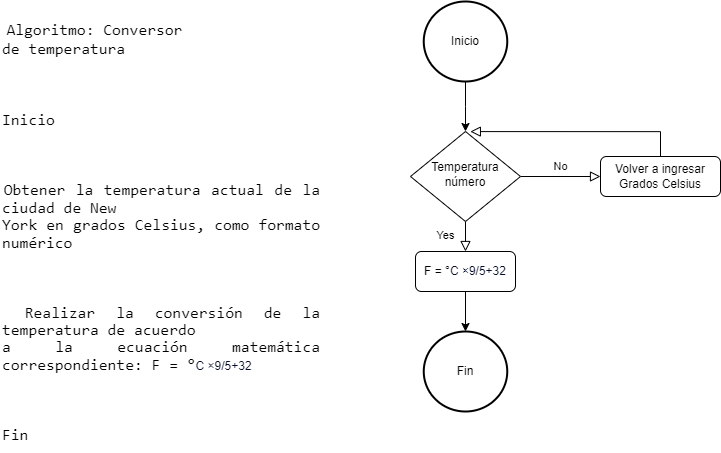
Earlier version of the draw.io export DF_CelsiusFarenheit.drawio.png (BROC95/ADSO). Source tidied: cells renumbered, new cells last; positions are measured from the earlier drawing's top-left corner, leaving out a move shared by most shapes.
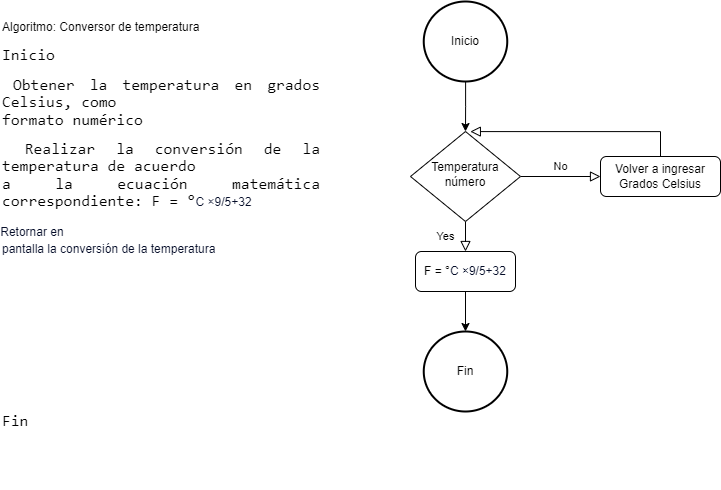
Later version of the same file.

Diff of the diagram source:
```diff
@@ -17,7 +17,7 @@
     <mxCell id="6" value="F = °&lt;span style=&quot;font-size:&lt;br/&gt;11.0pt;line-height:107%;font-family:&amp;quot;Arial&amp;quot;,sans-serif;mso-fareast-font-family:&lt;br/&gt;Calibri;mso-fareast-theme-font:minor-latin;color:#040C28;mso-ansi-language:&lt;br/&gt;ES-CO;mso-fareast-language:EN-US;mso-bidi-language:AR-SA&quot; lang=&quot;ES-CO&quot;&gt;C ×9/5+32&lt;/span&gt;" style="rounded=1;whiteSpace=wrap;html=1;fontSize=12;glass=0;strokeWidth=1;shadow=0;" parent="1" vertex="1">
       <mxGeometry x="415" y="250" width="100" height="40" as="geometry" />
     </mxCell>
-    <mxCell id="7" value="&lt;p class=&quot;MsoNormal&quot; style=&quot;text-align:justify&quot;&gt;&lt;span style=&quot;font-size:12.0pt;&#10;line-height:107%;font-family:&amp;quot;Arial&amp;quot;,sans-serif&quot;&gt;&lt;span style=&quot;mso-spacerun:yes&quot;&gt;&amp;nbsp;&lt;/span&gt;&lt;/span&gt;&lt;span lang=&quot;ES-CO&quot; style=&quot;font-size:12.0pt;&#10;line-height:107%;font-family:Consolas;mso-bidi-font-family:Arial&quot;&gt;Algoritmo: Conversor&#10;de temperatura&lt;/span&gt;&lt;/p&gt;&#10;&#10;&lt;p class=&quot;MsoNormal&quot; style=&quot;text-align:justify&quot;&gt;&lt;span lang=&quot;ES-CO&quot; style=&quot;font-size:12.0pt;line-height:107%;font-family:Consolas;mso-bidi-font-family:&#10;Arial&quot;&gt;Inicio&lt;/span&gt;&lt;/p&gt;&#10;&#10;&lt;p class=&quot;MsoListParagraphCxSpFirst&quot; style=&quot;text-align:justify;text-indent:-18.0pt;&#10;mso-list:l0 level1 lfo1&quot;&gt;&lt;span lang=&quot;ES-CO&quot; style=&quot;font-size:12.0pt;line-height:107%;font-family:Consolas;mso-fareast-font-family:&#10;Consolas;mso-bidi-font-family:Consolas&quot;&gt;&lt;span style=&quot;mso-list:Ignore&quot;&gt;1.&lt;span style=&quot;font:7.0pt &amp;quot;Times New Roman&amp;quot;&quot;&gt;&amp;nbsp; &lt;/span&gt;&lt;/span&gt;&lt;/span&gt;&lt;span lang=&quot;ES-CO&quot; style=&quot;font-size:12.0pt;line-height:107%;font-family:Consolas;&#10;mso-bidi-font-family:Arial&quot;&gt;Obtener la temperatura actual de la ciudad de New&#10;York en grados Celsius, como formato numérico&lt;/span&gt;&lt;/p&gt;&#10;&#10;&lt;p class=&quot;MsoListParagraphCxSpLast&quot; style=&quot;text-align:justify;text-indent:-18.0pt;&#10;mso-list:l0 level1 lfo1&quot;&gt;&lt;span lang=&quot;ES-CO&quot; style=&quot;font-size:12.0pt;line-height:107%;font-family:Consolas;mso-fareast-font-family:&#10;Consolas;mso-bidi-font-family:Consolas&quot;&gt;&lt;span style=&quot;mso-list:Ignore&quot;&gt;2.&lt;span style=&quot;font:7.0pt &amp;quot;Times New Roman&amp;quot;&quot;&gt;&amp;nbsp; &lt;/span&gt;&lt;/span&gt;&lt;/span&gt;&lt;span lang=&quot;ES-CO&quot; style=&quot;font-size:12.0pt;line-height:107%;font-family:Consolas;&#10;mso-bidi-font-family:Arial&quot;&gt;Realizar la conversión de la temperatura de acuerdo&#10;a la ecuación matemática correspondiente: F = °&lt;/span&gt;&lt;span lang=&quot;ES-CO&quot; style=&quot;font-family:&amp;quot;Arial&amp;quot;,sans-serif;color:#040C28&quot;&gt;C ×9/5+32&lt;/span&gt;&lt;span lang=&quot;ES-CO&quot; style=&quot;font-size:12.0pt;line-height:107%;font-family:Consolas;&#10;mso-bidi-font-family:Arial&quot;&gt;&lt;/span&gt;&lt;/p&gt;&#10;&#10;&lt;p class=&quot;MsoNormal&quot; style=&quot;text-align:justify&quot;&gt;&lt;span lang=&quot;ES-CO&quot; style=&quot;font-size:12.0pt;line-height:107%;font-family:Consolas;mso-bidi-font-family:&#10;Arial&quot;&gt;Fin&lt;/span&gt;&lt;/p&gt;" style="text;whiteSpace=wrap;html=1;" parent="1" vertex="1">
+    <mxCell id="7" value="&lt;p style=&quot;text-align:justify&quot; class=&quot;MsoNormal&quot;&gt;Algoritmo: Conversor de temperatura&lt;/p&gt;&lt;p style=&quot;text-align:justify&quot; class=&quot;MsoNormal&quot;&gt;&lt;span style=&quot;font-size:12.0pt;line-height:107%;font-family:Consolas;mso-bidi-font-family:&lt;br/&gt;Arial&quot; lang=&quot;ES-CO&quot;&gt;Inicio&lt;/span&gt;&lt;/p&gt;&lt;p style=&quot;text-align:justify;text-indent:-18.0pt;&lt;br/&gt;mso-list:l0 level1 lfo1&quot; class=&quot;MsoListParagraphCxSpFirst&quot;&gt;&lt;span style=&quot;font-size:12.0pt;line-height:107%;font-family:Consolas;mso-fareast-font-family:&lt;br/&gt;Consolas;mso-bidi-font-family:Consolas&quot; lang=&quot;ES-CO&quot;&gt;1.&lt;span style=&quot;font-variant-numeric: normal; font-variant-east-asian: normal; font-variant-alternates: normal; font-kerning: auto; font-optical-sizing: auto; font-feature-settings: normal; font-variation-settings: normal; font-variant-position: normal; font-stretch: normal; font-size: 7pt; line-height: normal; font-family: &amp;quot;Times New Roman&amp;quot;;&quot;&gt;&amp;nbsp; &lt;/span&gt;&lt;/span&gt;&lt;span style=&quot;font-size:12.0pt;line-height:107%;font-family:Consolas;&lt;br/&gt;mso-bidi-font-family:Arial&quot; lang=&quot;ES-CO&quot;&gt;Obtener la temperatura en grados Celsius, como&lt;br/&gt;formato numérico&lt;/span&gt;&lt;/p&gt;&lt;p style=&quot;text-align:justify;text-indent:-18.0pt;&lt;br/&gt;mso-list:l0 level1 lfo1&quot; class=&quot;MsoListParagraphCxSpMiddle&quot;&gt;&lt;span style=&quot;font-size:12.0pt;line-height:107%;font-family:Consolas;mso-fareast-font-family:&lt;br/&gt;Consolas;mso-bidi-font-family:Consolas&quot; lang=&quot;ES-CO&quot;&gt;2.&lt;span style=&quot;font-variant-numeric: normal; font-variant-east-asian: normal; font-variant-alternates: normal; font-kerning: auto; font-optical-sizing: auto; font-feature-settings: normal; font-variation-settings: normal; font-variant-position: normal; font-stretch: normal; font-size: 7pt; line-height: normal; font-family: &amp;quot;Times New Roman&amp;quot;;&quot;&gt;&amp;nbsp; &lt;/span&gt;&lt;/span&gt;&lt;span style=&quot;font-size:12.0pt;line-height:107%;font-family:Consolas;&lt;br/&gt;mso-bidi-font-family:Arial&quot; lang=&quot;ES-CO&quot;&gt;Realizar la conversión de la temperatura de acuerdo&lt;br/&gt;a la ecuación matemática correspondiente: F = °&lt;/span&gt;&lt;span style=&quot;font-family:&amp;quot;Arial&amp;quot;,sans-serif;color:#040C28&quot; lang=&quot;ES-CO&quot;&gt;C ×9/5+32&lt;/span&gt;&lt;span style=&quot;font-size:12.0pt;line-height:107%;font-family:Consolas;&lt;br/&gt;mso-bidi-font-family:Arial&quot; lang=&quot;ES-CO&quot;&gt;&lt;/span&gt;&lt;/p&gt;&lt;p style=&quot;text-align:justify;text-indent:-18.0pt;&lt;br/&gt;mso-list:l0 level1 lfo1&quot; class=&quot;MsoListParagraphCxSpLast&quot;&gt;&lt;span style=&quot;font-size:12.0pt;line-height:107%;font-family:Consolas;mso-fareast-font-family:&lt;br/&gt;Consolas;mso-bidi-font-family:Consolas&quot; lang=&quot;ES-CO&quot;&gt;3.&lt;span style=&quot;font-variant-numeric: normal; font-variant-east-asian: normal; font-variant-alternates: normal; font-kerning: auto; font-optical-sizing: auto; font-feature-settings: normal; font-variation-settings: normal; font-variant-position: normal; font-stretch: normal; font-size: 7pt; line-height: normal; font-family: &amp;quot;Times New Roman&amp;quot;;&quot;&gt;&amp;nbsp; &lt;/span&gt;&lt;/span&gt;&lt;span style=&quot;font-family:&amp;quot;Arial&amp;quot;,sans-serif;color:#040C28&quot; lang=&quot;ES-CO&quot;&gt;Retornar en&lt;br/&gt;pantalla la conversión de la temperatura&lt;/span&gt;&lt;span style=&quot;font-size:12.0pt;line-height:107%;font-family:Consolas;mso-bidi-font-family:&lt;br/&gt;Arial&quot; lang=&quot;ES-CO&quot;&gt;&lt;/span&gt;&lt;/p&gt;&lt;p class=&quot;MsoNormal&quot; style=&quot;text-align:justify&quot;&gt;&lt;br/&gt;&lt;br/&gt;&lt;br/&gt;&lt;br/&gt;&lt;br/&gt;&lt;br/&gt;&lt;br/&gt;&lt;br/&gt;&lt;br/&gt;&lt;br/&gt;&lt;span style=&quot;font-size:12.0pt;line-height:107%;font-family:Consolas;&lt;br/&gt;mso-fareast-font-family:Calibri;mso-fareast-theme-font:minor-latin;mso-bidi-font-family:&lt;br/&gt;Arial;mso-ansi-language:ES-CO;mso-fareast-language:EN-US;mso-bidi-language:&lt;br/&gt;AR-SA&quot; lang=&quot;ES-CO&quot;&gt;Fin&lt;br&gt;&lt;br/&gt;&lt;br&gt;&lt;br/&gt;&lt;/span&gt;&lt;/p&gt;" style="text;whiteSpace=wrap;html=1;" parent="1" vertex="1">
       <mxGeometry width="320" height="450" as="geometry" />
     </mxCell>
     <mxCell id="8" style="endArrow=classic;html=1;rounded=0;exitX=0.5;exitY=1;exitDx=0;exitDy=0;entryX=0.5;entryY=0;entryDx=0;entryDy=0;entryPerimeter=0;" parent="1" edge="1" source="6" target="12">
```
